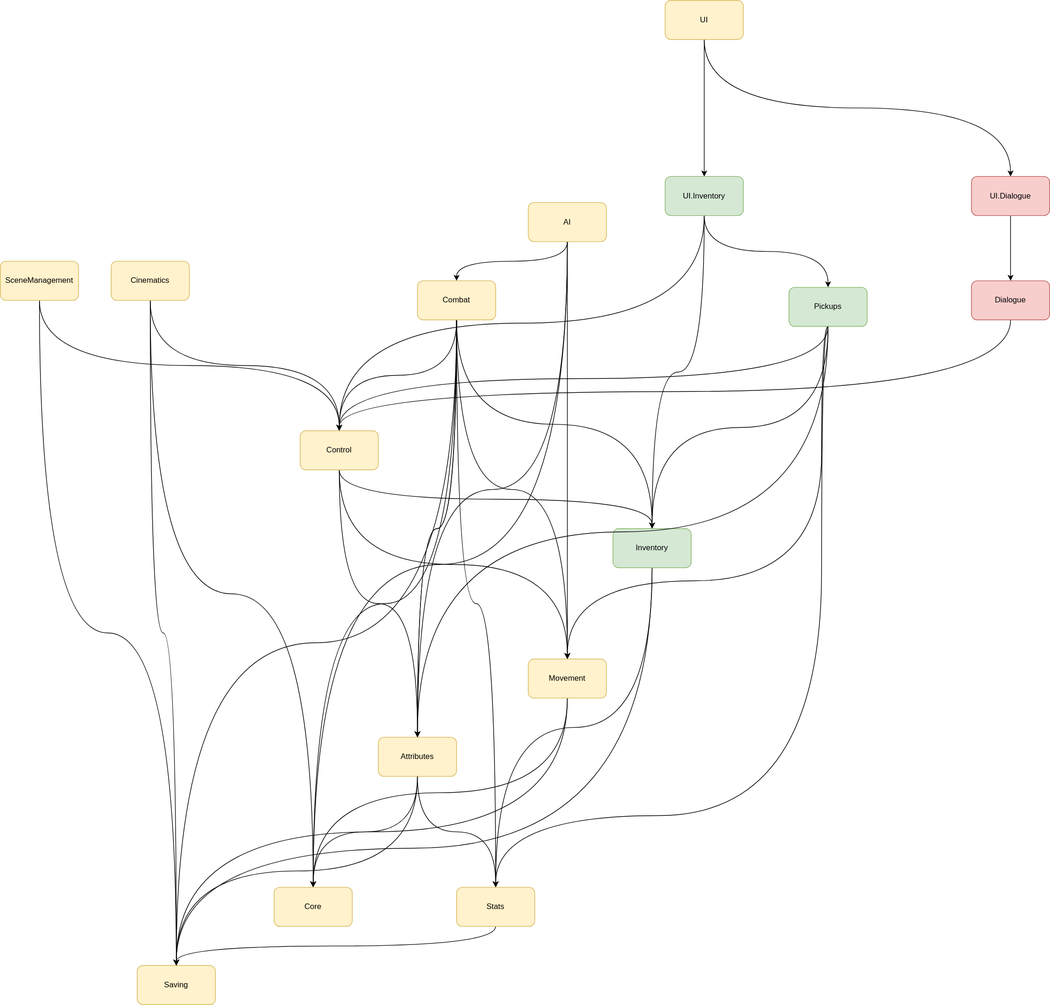
The draw.io diagram Assets/Architecture/architecture.svg in ipevr/RPG-2024, before a commit. Source tidied: cells renumbered, new cells last; positions are measured from the earlier drawing's top-left corner, leaving out a move shared by most shapes.
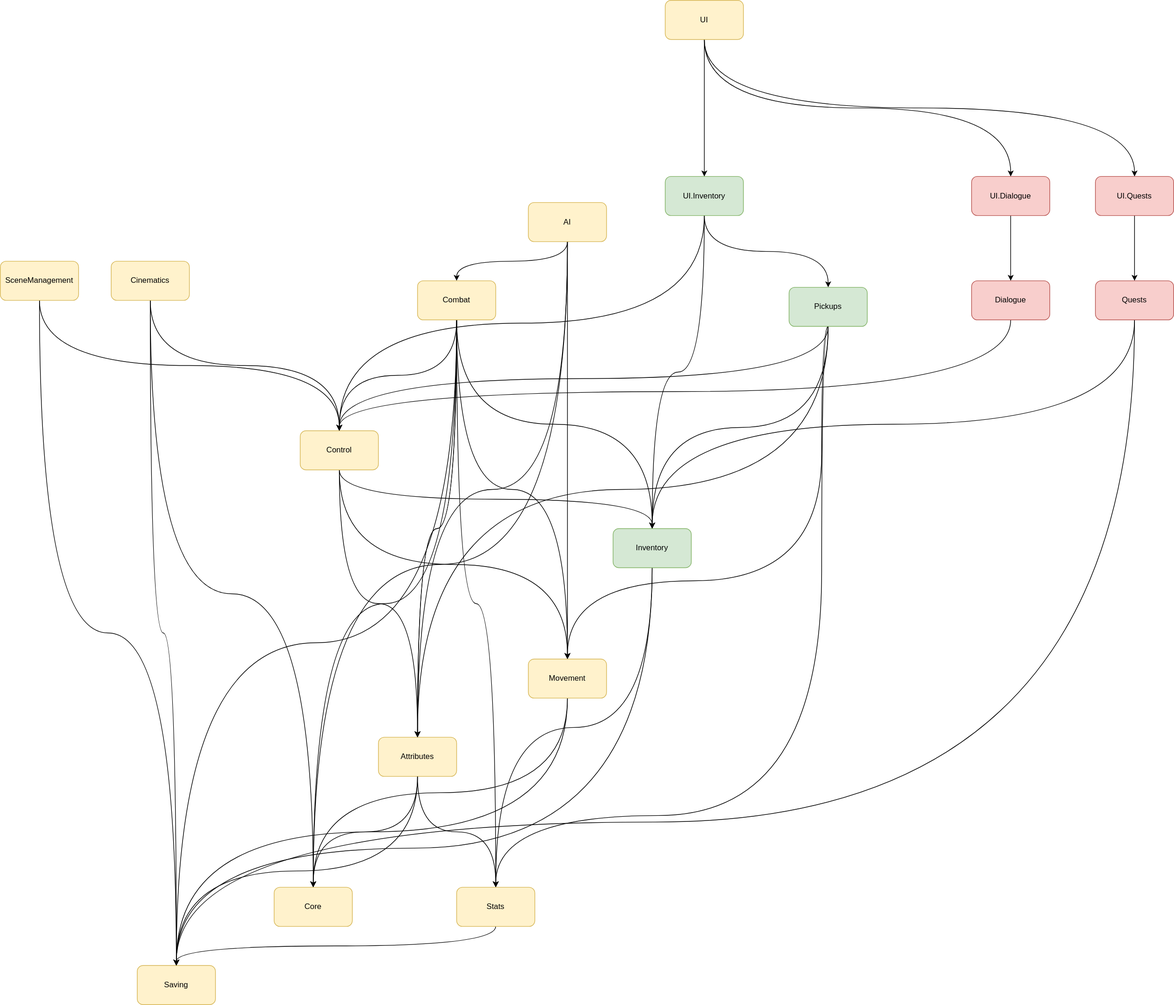
Later version of the same file.

What changed in the source:
```diff
@@ -151,7 +151,12 @@
       <mxGeometry relative="1" as="geometry" />
     </mxCell>
     <mxCell id="48" style="edgeStyle=orthogonalEdgeStyle;curved=1;rounded=0;jettySize=auto;html=1;exitX=0.5;exitY=1;exitDx=0;exitDy=0;entryX=0.5;entryY=0;entryDx=0;entryDy=0;" parent="1" edge="1" source="50" target="4">
-      <mxGeometry relative="1" as="geometry" />
+      <mxGeometry relative="1" as="geometry">
+        <Array as="points">
+          <mxPoint x="1270" y="750" />
+          <mxPoint x="640" y="750" />
+        </Array>
+      </mxGeometry>
     </mxCell>
     <mxCell id="49" style="edgeStyle=orthogonalEdgeStyle;curved=1;rounded=0;jettySize=auto;html=1;exitX=0.5;exitY=1;exitDx=0;exitDy=0;entryX=0.5;entryY=0;entryDx=0;entryDy=0;" parent="1" edge="1" source="50" target="31">
       <mxGeometry relative="1" as="geometry">
@@ -170,6 +175,9 @@
     <mxCell id="52" style="edgeStyle=orthogonalEdgeStyle;curved=1;rounded=0;jettySize=auto;html=1;exitX=0.5;exitY=1;exitDx=0;exitDy=0;entryX=0.5;entryY=0;entryDx=0;entryDy=0;" parent="1" edge="1" source="53" target="57">
       <mxGeometry relative="1" as="geometry" />
     </mxCell>
+    <mxCell id="58" style="edgeStyle=orthogonalEdgeStyle;rounded=0;jettySize=auto;html=1;exitX=0.5;exitY=1;exitDx=0;exitDy=0;entryX=0.5;entryY=0;entryDx=0;entryDy=0;curved=1;" parent="1" edge="1" source="53" target="63">
+      <mxGeometry relative="1" as="geometry" />
+    </mxCell>
     <mxCell id="53" value="UI" style="rounded=1;whiteSpace=wrap;html=1;fillColor=#fff2cc;strokeColor=#d6b656;" parent="1" vertex="1">
       <mxGeometry x="1020" width="120" height="60" as="geometry" />
     </mxCell>
@@ -190,5 +198,25 @@
     <mxCell id="57" value="UI.Dialogue" style="rounded=1;whiteSpace=wrap;html=1;fillColor=#f8cecc;strokeColor=#b85450;" parent="1" vertex="1">
       <mxGeometry x="1490" y="270" width="120" height="60" as="geometry" />
     </mxCell>
+    <mxCell id="59" style="edgeStyle=orthogonalEdgeStyle;curved=1;rounded=0;jettySize=auto;html=1;exitX=0.5;exitY=1;exitDx=0;exitDy=0;entryX=0.5;entryY=0;entryDx=0;entryDy=0;" parent="1" edge="1" source="61" target="44">
+      <mxGeometry relative="1" as="geometry" />
+    </mxCell>
+    <mxCell id="60" style="edgeStyle=orthogonalEdgeStyle;curved=1;rounded=0;jettySize=auto;html=1;exitX=0.5;exitY=1;exitDx=0;exitDy=0;entryX=0.5;entryY=0;entryDx=0;entryDy=0;" parent="1" edge="1" source="61" target="26">
+      <mxGeometry relative="1" as="geometry">
+        <Array as="points">
+          <mxPoint x="1740" y="1260" />
+          <mxPoint x="270" y="1260" />
+        </Array>
+      </mxGeometry>
+    </mxCell>
+    <mxCell id="61" value="Quests" style="rounded=1;whiteSpace=wrap;html=1;fillColor=#f8cecc;strokeColor=#b85450;" parent="1" vertex="1">
+      <mxGeometry x="1680" y="430" width="120" height="60" as="geometry" />
+    </mxCell>
+    <mxCell id="62" style="edgeStyle=orthogonalEdgeStyle;curved=1;rounded=0;jettySize=auto;html=1;exitX=0.5;exitY=1;exitDx=0;exitDy=0;entryX=0.5;entryY=0;entryDx=0;entryDy=0;" parent="1" edge="1" source="63" target="61">
+      <mxGeometry relative="1" as="geometry" />
+    </mxCell>
+    <mxCell id="63" value="UI.Quests" style="rounded=1;whiteSpace=wrap;html=1;fillColor=#f8cecc;strokeColor=#b85450;" parent="1" vertex="1">
+      <mxGeometry x="1680" y="270" width="120" height="60" as="geometry" />
+    </mxCell>
   </root>
 </mxGraphModel>
```
